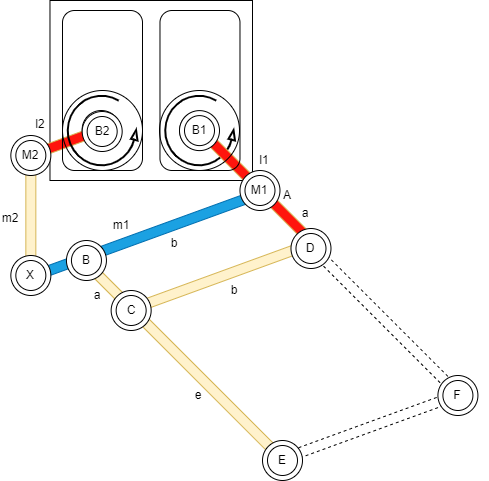
The draw.io diagram doc/5節リンクのプログラムを検討1.drawio.png in kumaxxp/SimpleLinkages, before a commit. Source tidied: cells renumbered, new cells last; positions are measured from the earlier drawing's top-left corner, leaving out a move shared by most shapes.
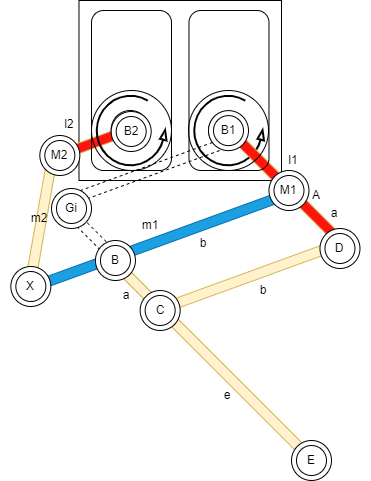
Above is the later version.

Change to the diagram source:
```diff
@@ -2,12 +2,12 @@
   <root>
     <mxCell id="0" />
     <mxCell id="1" parent="0" />
-    <mxCell id="2" style="rounded=0;whiteSpace=wrap;html=1;rotation=-20;dashed=1;" parent="1" vertex="1">
-      <mxGeometry x="307" y="420" width="193.4" height="10" as="geometry" />
-    </mxCell>
-    <mxCell id="3" style="rounded=0;whiteSpace=wrap;html=1;rotation=-135;dashed=1;" parent="1" vertex="1">
-      <mxGeometry x="319.5" y="320" width="199.9" height="10" as="geometry" />
-    </mxCell>
+    <mxCell id="60" style="rounded=0;whiteSpace=wrap;html=1;rotation=-20;dashed=1;" parent="1" vertex="1">
+      <mxGeometry x="53.9" y="165" width="193.4" height="10" as="geometry" />
+    </mxCell>
+    <mxCell id="61" style="rounded=0;whiteSpace=wrap;html=1;rotation=-135;fillColor=none;strokeColor=#1A1A1A;dashed=1;" parent="1" vertex="1">
+      <mxGeometry x="61.3" y="228" width="60.2" height="10" as="geometry" />
+    </mxCell>
     <mxCell id="4" style="verticalLabelPosition=bottom;html=1;verticalAlign=top;strokeWidth=2;shape=mxgraph.lean_mapping.physical_pull;fillColor=none;" parent="1" vertex="1">
       <mxGeometry x="194.5" y="95" width="70" height="70" as="geometry" />
     </mxCell>
@@ -56,8 +56,8 @@
     <mxCell id="19" style="rounded=0;whiteSpace=wrap;html=1;rotation=-135;fillColor=#fff2cc;strokeColor=#d6b656;" parent="1" vertex="1">
       <mxGeometry x="65.7" y="358.2" width="300.9" height="10" as="geometry" />
     </mxCell>
-    <mxCell id="20" style="rounded=0;whiteSpace=wrap;html=1;rotation=-90;fillColor=#fff2cc;strokeColor=#d6b656;" parent="1" vertex="1">
-      <mxGeometry x="-0.5" y="208.3" width="121.7" height="10" as="geometry" />
+    <mxCell id="20" style="rounded=0;whiteSpace=wrap;html=1;rotation=-80;fillColor=#fff2cc;strokeColor=#d6b656;" parent="1" vertex="1">
+      <mxGeometry x="-19.7" y="218" width="121.7" height="10" as="geometry" />
     </mxCell>
     <mxCell id="21" style="ellipse;whiteSpace=wrap;html=1;" parent="1" vertex="1">
       <mxGeometry x="269.5" y="170" width="40" height="40" as="geometry" />
@@ -114,13 +114,13 @@
       <mxGeometry x="30.3" y="140" width="60" height="30" as="geometry" />
     </mxCell>
     <mxCell id="39" style="ellipse;whiteSpace=wrap;html=1;" parent="1" vertex="1">
-      <mxGeometry x="40.3" y="255" width="40" height="40" as="geometry" />
+      <mxGeometry x="11.3" y="266" width="40" height="40" as="geometry" />
     </mxCell>
     <mxCell id="40" style="ellipse;whiteSpace=wrap;html=1;" parent="1" vertex="1">
-      <mxGeometry x="45.3" y="260" width="30" height="30" as="geometry" />
+      <mxGeometry x="16.3" y="271" width="30" height="30" as="geometry" />
     </mxCell>
     <mxCell id="41" value="X" style="text;html=1;strokeColor=none;fillColor=none;align=center;verticalAlign=middle;whiteSpace=wrap;rounded=0;" parent="1" vertex="1">
-      <mxGeometry x="30.3" y="260" width="60" height="30" as="geometry" />
+      <mxGeometry x="1.3" y="271" width="60" height="30" as="geometry" />
     </mxCell>
     <mxCell id="42" style="verticalLabelPosition=bottom;html=1;verticalAlign=top;strokeWidth=2;shape=mxgraph.lean_mapping.physical_pull;fillColor=none;" parent="1" vertex="1">
       <mxGeometry x="97" y="95" width="70" height="70" as="geometry" />
@@ -167,14 +167,14 @@
     <mxCell id="56" value="m1" style="text;html=1;strokeColor=none;fillColor=none;align=center;verticalAlign=middle;whiteSpace=wrap;rounded=0;" parent="1" vertex="1">
       <mxGeometry x="140.6" y="210" width="20" height="30" as="geometry" />
     </mxCell>
-    <mxCell id="57" style="ellipse;whiteSpace=wrap;html=1;" parent="1" vertex="1">
-      <mxGeometry x="467.4" y="375" width="40" height="40" as="geometry" />
-    </mxCell>
-    <mxCell id="58" style="ellipse;whiteSpace=wrap;html=1;" parent="1" vertex="1">
-      <mxGeometry x="472.4" y="380" width="30" height="30" as="geometry" />
-    </mxCell>
-    <mxCell id="59" value="F" style="text;html=1;strokeColor=none;fillColor=none;align=center;verticalAlign=middle;whiteSpace=wrap;rounded=0;" parent="1" vertex="1">
-      <mxGeometry x="457.4" y="380" width="60" height="30" as="geometry" />
-    </mxCell>
+    <mxCell id="62" style="ellipse;whiteSpace=wrap;html=1;" parent="1" vertex="1">
+      <mxGeometry x="52" y="188" width="40" height="40" as="geometry" />
+    </mxCell>
+    <mxCell id="63" style="ellipse;whiteSpace=wrap;html=1;" parent="1" vertex="1">
+      <mxGeometry x="57" y="193" width="30" height="30" as="geometry" />
+    </mxCell>
+    <mxCell id="64" value="Gi" style="text;html=1;strokeColor=none;fillColor=none;align=center;verticalAlign=middle;whiteSpace=wrap;rounded=0;" parent="1" vertex="1">
+      <mxGeometry x="42" y="193" width="60" height="30" as="geometry" />
+    </mxCell>
   </root>
 </mxGraphModel>
```
